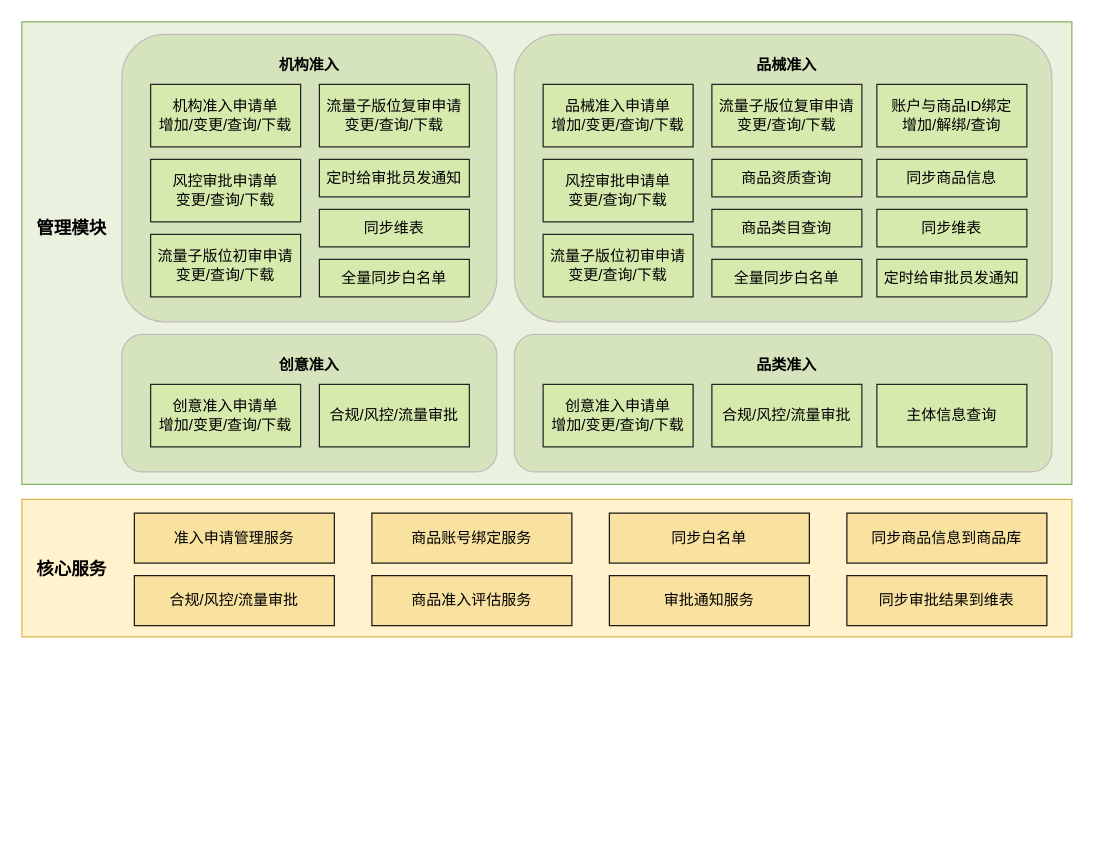
Above: review/准入系统整体架构.drawio in IntronCheng/mydraw (draw.io), before the change. Source tidied: cells renumbered, new cells numbered last; positions are measured from the earlier drawing's top-left corner, leaving out a move shared by most shapes. Both pictures are drawn from the tidied source at 125%, with x=0, y=0 at pixel (21, 21).
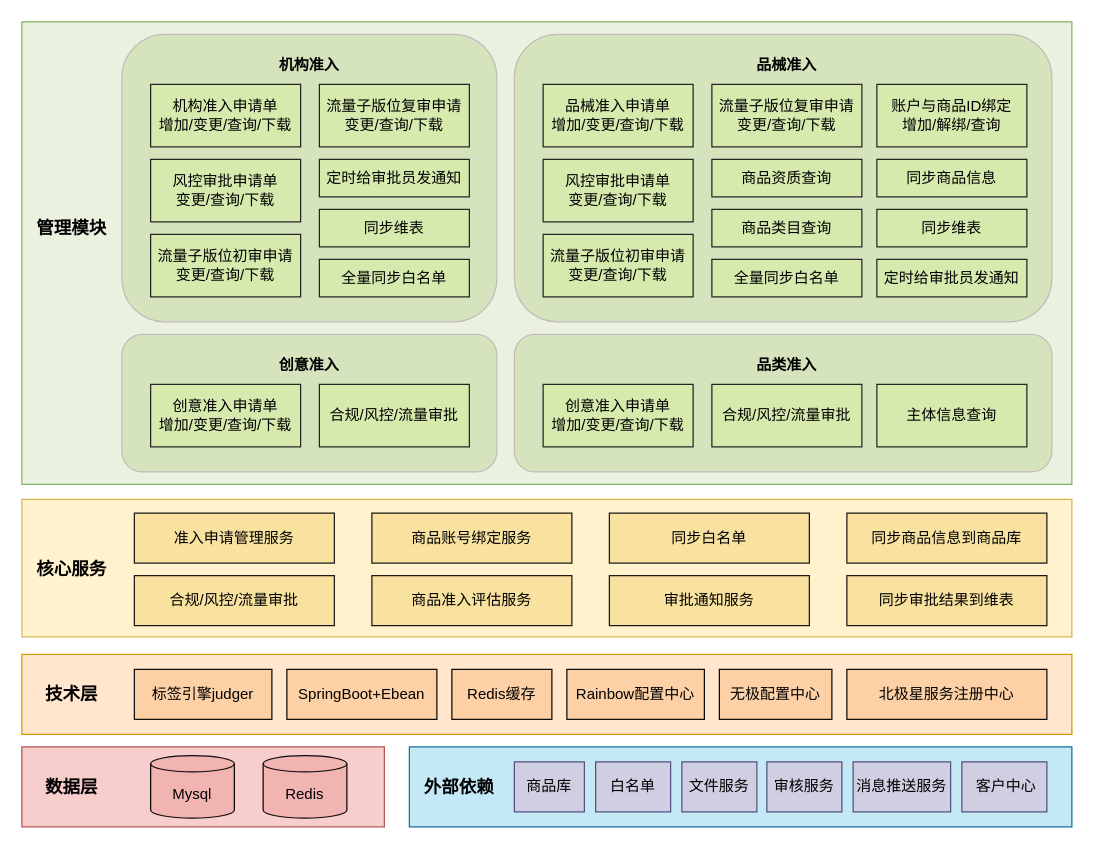
The same page after the edit.

Commit message (it also covers changes not shown here):
更新准入系统整体架构.drawio

Diff of the diagram source:
```diff
@@
+    <mxCell id="45" style="rounded=0;whiteSpace=wrap;html=1;fillColor=#ffe6cc;strokeColor=#d79b00;" parent="1" vertex="1">
+      <mxGeometry y="506" width="840" height="64" as="geometry" />
+    </mxCell>
+    <mxCell id="46" value="&lt;b&gt;技术层&lt;/b&gt;" style="text;html=1;strokeColor=none;fillColor=none;align=center;verticalAlign=middle;whiteSpace=wrap;rounded=0;fontSize=14;" parent="1" vertex="1">
+      <mxGeometry x="10" y="523" width="60" height="30" as="geometry" />
+    </mxCell>
+    <mxCell id="47" value="标签引擎judger" style="rounded=0;whiteSpace=wrap;html=1;fillColor=#fdd1a5;strokeColor=#0d0d0c;fontStyle=0;" parent="1" vertex="1">
+      <mxGeometry x="90" y="518" width="110" height="40" as="geometry" />
+    </mxCell>
+    <mxCell id="48" value="Rainbow配置中心" style="rounded=0;whiteSpace=wrap;html=1;fillColor=#fdd1a5;strokeColor=#0d0d0c;fontStyle=0;" parent="1" vertex="1">
+      <mxGeometry x="436" y="518" width="110" height="40" as="geometry" />
+    </mxCell>
+    <mxCell id="49" value="Redis缓存" style="rounded=0;whiteSpace=wrap;html=1;fillColor=#fdd1a5;strokeColor=#0d0d0c;fontStyle=0;" parent="1" vertex="1">
+      <mxGeometry x="344" y="518" width="80" height="40" as="geometry" />
+    </mxCell>
+    <mxCell id="50" value="北极星服务注册中心" style="rounded=0;whiteSpace=wrap;html=1;fillColor=#fdd1a5;strokeColor=#0d0d0c;fontStyle=0;" parent="1" vertex="1">
+      <mxGeometry x="660" y="518" width="160" height="40" as="geometry" />
+    </mxCell>
+    <mxCell id="51" value="SpringBoot+Ebean" style="rounded=0;whiteSpace=wrap;html=1;fillColor=#fdd1a5;strokeColor=#0d0d0c;fontStyle=0;" parent="1" vertex="1">
+      <mxGeometry x="212" y="518" width="120" height="40" as="geometry" />
+    </mxCell>
+    <mxCell id="52" value="无极配置中心" style="rounded=0;whiteSpace=wrap;html=1;fillColor=#fdd1a5;strokeColor=#0d0d0c;fontStyle=0;" parent="1" vertex="1">
+      <mxGeometry x="558" y="518" width="90" height="40" as="geometry" />
+    </mxCell>
+    <mxCell id="53" style="rounded=0;whiteSpace=wrap;html=1;fillColor=#f8cecc;strokeColor=#b85450;" parent="1" vertex="1">
+      <mxGeometry y="580" width="290" height="64" as="geometry" />
+    </mxCell>
+    <mxCell id="54" value="&lt;b&gt;数据层&lt;/b&gt;" style="text;html=1;strokeColor=none;fillColor=none;align=center;verticalAlign=middle;whiteSpace=wrap;rounded=0;fontSize=14;" parent="1" vertex="1">
+      <mxGeometry x="10" y="597" width="60" height="30" as="geometry" />
+    </mxCell>
+    <mxCell id="55" value="Mysql" style="shape=cylinder3;whiteSpace=wrap;html=1;boundedLbl=1;backgroundOutline=1;size=6.5;fillColor=#f2b4b0;strokeColor=#0a0a0a;" parent="1" vertex="1">
+      <mxGeometry x="103" y="587" width="67" height="50" as="geometry" />
+    </mxCell>
+    <mxCell id="56" value="Redis" style="shape=cylinder3;whiteSpace=wrap;html=1;boundedLbl=1;backgroundOutline=1;size=6.5;fillColor=#f2b4b0;strokeColor=#0a0a0a;" parent="1" vertex="1">
+      <mxGeometry x="193" y="587" width="67" height="50" as="geometry" />
+    </mxCell>
+    <mxCell id="57" style="rounded=0;whiteSpace=wrap;html=1;fillColor=#c5e8f7;strokeColor=#10739e;" parent="1" vertex="1">
+      <mxGeometry x="310" y="580" width="530" height="64" as="geometry" />
+    </mxCell>
+    <mxCell id="58" value="&lt;b&gt;外部依赖&lt;/b&gt;" style="text;html=1;strokeColor=none;fillColor=none;align=center;verticalAlign=middle;whiteSpace=wrap;rounded=0;fontSize=14;" parent="1" vertex="1">
+      <mxGeometry x="320" y="597" width="60" height="30" as="geometry" />
+    </mxCell>
+    <mxCell id="59" value="商品库" style="rounded=0;whiteSpace=wrap;html=1;fillColor=#d0cee2;strokeColor=#56517e;fontStyle=0;" parent="1" vertex="1">
+      <mxGeometry x="394" y="592" width="56" height="40" as="geometry" />
+    </mxCell>
+    <mxCell id="60" value="白名单" style="rounded=0;whiteSpace=wrap;html=1;fillColor=#d0cee2;strokeColor=#56517e;fontStyle=0;" parent="1" vertex="1">
+      <mxGeometry x="459" y="592" width="60" height="40" as="geometry" />
+    </mxCell>
+    <mxCell id="61" value="文件服务" style="rounded=0;whiteSpace=wrap;html=1;fillColor=#d0cee2;strokeColor=#56517e;fontStyle=0;" parent="1" vertex="1">
+      <mxGeometry x="528" y="592" width="60" height="40" as="geometry" />
+    </mxCell>
+    <mxCell id="62" value="审核服务" style="rounded=0;whiteSpace=wrap;html=1;fillColor=#d0cee2;strokeColor=#56517e;fontStyle=0;" parent="1" vertex="1">
+      <mxGeometry x="596" y="592" width="60" height="40" as="geometry" />
+    </mxCell>
+    <mxCell id="63" value="消息推送服务" style="rounded=0;whiteSpace=wrap;html=1;fillColor=#d0cee2;strokeColor=#56517e;fontStyle=0;" parent="1" vertex="1">
+      <mxGeometry x="665" y="592" width="78" height="40" as="geometry" />
+    </mxCell>
+    <mxCell id="64" value="&amp;nbsp;客户中心" style="rounded=0;whiteSpace=wrap;html=1;fillColor=#d0cee2;strokeColor=#56517e;fontStyle=0;" parent="1" vertex="1">
+      <mxGeometry x="752" y="592" width="68" height="40" as="geometry" />
+    </mxCell>
```
